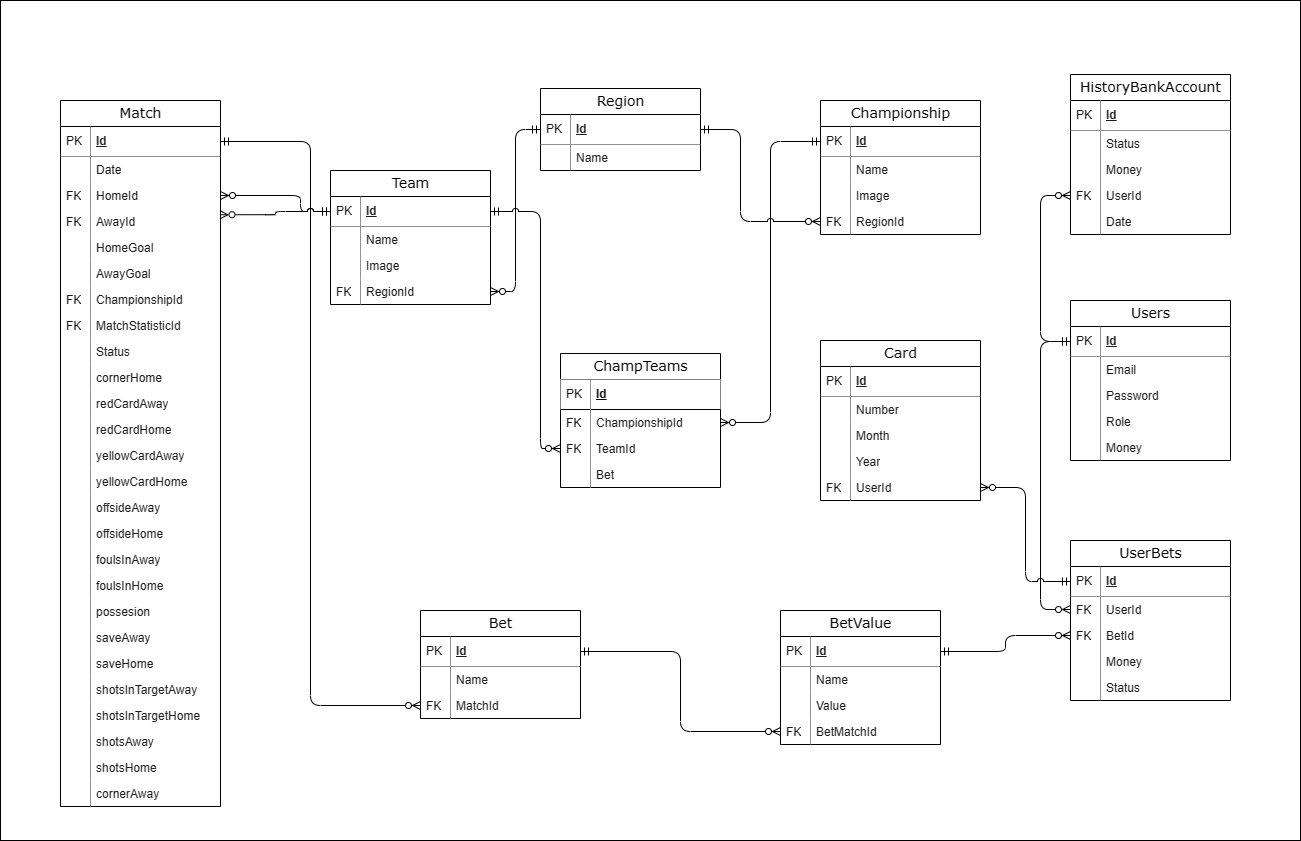
Earlier version of the draw.io export database_example-Page-1.drawio.png (jk2911/diplom). Source tidied: cells renumbered, new cells last; positions are measured from the earlier drawing's top-left corner, leaving out a move shared by most shapes.
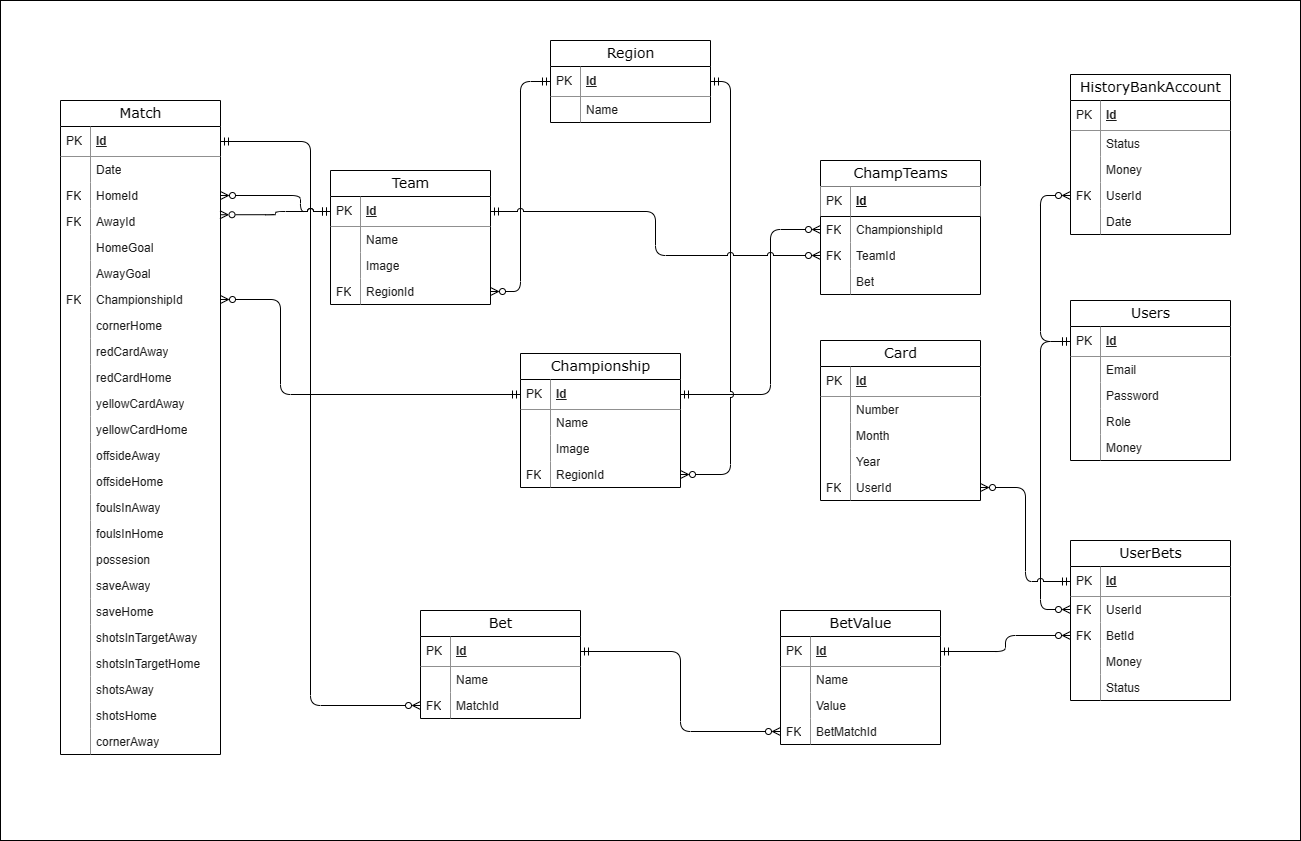
Later version of the same file.

What changed in the source:
```diff
@@ -35,3 +35,3 @@
     <mxCell id="12" value="Match" style="swimlane;html=1;fontStyle=0;horizontal=1;startSize=26;swimlaneFillColor=#ffffff;align=center;rounded=0;shadow=0;comic=0;labelBackgroundColor=none;strokeWidth=1;fontFamily=Verdana;fontSize=14;" parent="1" vertex="1">
-      <mxGeometry x="60" y="100" width="160" height="706" as="geometry" />
+      <mxGeometry x="60" y="100" width="160" height="654" as="geometry" />
     </mxCell>
@@ -79,16 +79,4 @@
     </mxCell>
-    <mxCell id="27" value="MatchStatisticId" style="shape=partialRectangle;top=0;left=0;right=0;bottom=0;html=1;align=left;verticalAlign=top;fillColor=none;spacingLeft=34;spacingRight=4;whiteSpace=wrap;overflow=hidden;strokeColor=#909090;fontColor=#1A1A1A;" parent="12" vertex="1">
-      <mxGeometry y="212" width="160" height="26" as="geometry" />
-    </mxCell>
-    <mxCell id="28" value="FK" style="shape=partialRectangle;top=0;left=0;bottom=0;html=1;fillColor=none;align=left;verticalAlign=top;spacingLeft=4;spacingRight=4;whiteSpace=wrap;overflow=hidden;strokeColor=#909090;fontColor=#1A1A1A;" parent="27" vertex="1">
-      <mxGeometry width="30" height="26" as="geometry" />
-    </mxCell>
-    <mxCell id="29" value="Status" style="shape=partialRectangle;top=0;left=0;right=0;bottom=0;html=1;align=left;verticalAlign=top;fillColor=none;spacingLeft=34;spacingRight=4;whiteSpace=wrap;overflow=hidden;strokeColor=#909090;fontColor=#1A1A1A;" parent="12" vertex="1">
-      <mxGeometry y="238" width="160" height="26" as="geometry" />
-    </mxCell>
-    <mxCell id="30" style="shape=partialRectangle;top=0;left=0;bottom=0;html=1;fillColor=none;align=left;verticalAlign=top;spacingLeft=4;spacingRight=4;whiteSpace=wrap;overflow=hidden;strokeColor=#909090;fontColor=#1A1A1A;" parent="29" vertex="1">
-      <mxGeometry width="30" height="26" as="geometry" />
-    </mxCell>
     <mxCell id="31" value="cornerHome" style="shape=partialRectangle;top=0;left=0;right=0;bottom=0;html=1;align=left;verticalAlign=top;fillColor=none;spacingLeft=34;spacingRight=4;whiteSpace=wrap;overflow=hidden;strokeColor=#909090;fontColor=#1A1A1A;" parent="12" vertex="1">
-      <mxGeometry y="264" width="160" height="26" as="geometry" />
+      <mxGeometry y="212" width="160" height="26" as="geometry" />
     </mxCell>
@@ -98,3 +86,3 @@
     <mxCell id="33" value="redCardAway" style="shape=partialRectangle;top=0;left=0;right=0;bottom=0;html=1;align=left;verticalAlign=top;fillColor=none;spacingLeft=34;spacingRight=4;whiteSpace=wrap;overflow=hidden;strokeColor=#909090;fontColor=#1A1A1A;" parent="12" vertex="1">
-      <mxGeometry y="290" width="160" height="26" as="geometry" />
+      <mxGeometry y="238" width="160" height="26" as="geometry" />
     </mxCell>
@@ -104,3 +92,3 @@
     <mxCell id="35" value="redCardHome" style="shape=partialRectangle;top=0;left=0;right=0;bottom=0;html=1;align=left;verticalAlign=top;fillColor=none;spacingLeft=34;spacingRight=4;whiteSpace=wrap;overflow=hidden;strokeColor=#909090;fontColor=#1A1A1A;" parent="12" vertex="1">
-      <mxGeometry y="316" width="160" height="26" as="geometry" />
+      <mxGeometry y="264" width="160" height="26" as="geometry" />
     </mxCell>
@@ -110,3 +98,3 @@
     <mxCell id="37" value="yellowCardAway" style="shape=partialRectangle;top=0;left=0;right=0;bottom=0;html=1;align=left;verticalAlign=top;fillColor=none;spacingLeft=34;spacingRight=4;whiteSpace=wrap;overflow=hidden;strokeColor=#909090;fontColor=#1A1A1A;" parent="12" vertex="1">
-      <mxGeometry y="342" width="160" height="26" as="geometry" />
+      <mxGeometry y="290" width="160" height="26" as="geometry" />
     </mxCell>
@@ -116,3 +104,3 @@
     <mxCell id="39" value="yellowCardHome" style="shape=partialRectangle;top=0;left=0;right=0;bottom=0;html=1;align=left;verticalAlign=top;fillColor=none;spacingLeft=34;spacingRight=4;whiteSpace=wrap;overflow=hidden;strokeColor=#909090;fontColor=#1A1A1A;" parent="12" vertex="1">
-      <mxGeometry y="368" width="160" height="26" as="geometry" />
+      <mxGeometry y="316" width="160" height="26" as="geometry" />
     </mxCell>
@@ -122,3 +110,3 @@
     <mxCell id="41" value="offsideAway" style="shape=partialRectangle;top=0;left=0;right=0;bottom=0;html=1;align=left;verticalAlign=top;fillColor=none;spacingLeft=34;spacingRight=4;whiteSpace=wrap;overflow=hidden;strokeColor=#909090;fontColor=#1A1A1A;" parent="12" vertex="1">
-      <mxGeometry y="394" width="160" height="26" as="geometry" />
+      <mxGeometry y="342" width="160" height="26" as="geometry" />
     </mxCell>
@@ -128,3 +116,3 @@
     <mxCell id="43" value="offsideHome" style="shape=partialRectangle;top=0;left=0;right=0;bottom=0;html=1;align=left;verticalAlign=top;fillColor=none;spacingLeft=34;spacingRight=4;whiteSpace=wrap;overflow=hidden;strokeColor=#909090;fontColor=#1A1A1A;" parent="12" vertex="1">
-      <mxGeometry y="420" width="160" height="26" as="geometry" />
+      <mxGeometry y="368" width="160" height="26" as="geometry" />
     </mxCell>
@@ -134,3 +122,3 @@
     <mxCell id="45" value="foulsInAway" style="shape=partialRectangle;top=0;left=0;right=0;bottom=0;html=1;align=left;verticalAlign=top;fillColor=none;spacingLeft=34;spacingRight=4;whiteSpace=wrap;overflow=hidden;strokeColor=#909090;fontColor=#1A1A1A;" parent="12" vertex="1">
-      <mxGeometry y="446" width="160" height="26" as="geometry" />
+      <mxGeometry y="394" width="160" height="26" as="geometry" />
     </mxCell>
@@ -140,3 +128,3 @@
     <mxCell id="47" value="foulsInHome" style="shape=partialRectangle;top=0;left=0;right=0;bottom=0;html=1;align=left;verticalAlign=top;fillColor=none;spacingLeft=34;spacingRight=4;whiteSpace=wrap;overflow=hidden;strokeColor=#909090;fontColor=#1A1A1A;" parent="12" vertex="1">
-      <mxGeometry y="472" width="160" height="26" as="geometry" />
+      <mxGeometry y="420" width="160" height="26" as="geometry" />
     </mxCell>
@@ -146,3 +134,3 @@
     <mxCell id="49" value="possesion" style="shape=partialRectangle;top=0;left=0;right=0;bottom=0;html=1;align=left;verticalAlign=top;fillColor=none;spacingLeft=34;spacingRight=4;whiteSpace=wrap;overflow=hidden;strokeColor=#909090;fontColor=#1A1A1A;" parent="12" vertex="1">
-      <mxGeometry y="498" width="160" height="26" as="geometry" />
+      <mxGeometry y="446" width="160" height="26" as="geometry" />
     </mxCell>
@@ -152,3 +140,3 @@
     <mxCell id="51" value="saveAway" style="shape=partialRectangle;top=0;left=0;right=0;bottom=0;html=1;align=left;verticalAlign=top;fillColor=none;spacingLeft=34;spacingRight=4;whiteSpace=wrap;overflow=hidden;strokeColor=#909090;fontColor=#1A1A1A;" parent="12" vertex="1">
-      <mxGeometry y="524" width="160" height="26" as="geometry" />
+      <mxGeometry y="472" width="160" height="26" as="geometry" />
     </mxCell>
@@ -158,3 +146,3 @@
     <mxCell id="53" value="saveHome&lt;span style=&quot;white-space: pre;&quot;&gt; &lt;/span&gt;" style="shape=partialRectangle;top=0;left=0;right=0;bottom=0;html=1;align=left;verticalAlign=top;fillColor=none;spacingLeft=34;spacingRight=4;whiteSpace=wrap;overflow=hidden;strokeColor=#909090;fontColor=#1A1A1A;" parent="12" vertex="1">
-      <mxGeometry y="550" width="160" height="26" as="geometry" />
+      <mxGeometry y="498" width="160" height="26" as="geometry" />
     </mxCell>
@@ -164,3 +152,3 @@
     <mxCell id="55" value="shotsInTargetAway" style="shape=partialRectangle;top=0;left=0;right=0;bottom=0;html=1;align=left;verticalAlign=top;fillColor=none;spacingLeft=34;spacingRight=4;whiteSpace=wrap;overflow=hidden;strokeColor=#909090;fontColor=#1A1A1A;" parent="12" vertex="1">
-      <mxGeometry y="576" width="160" height="26" as="geometry" />
+      <mxGeometry y="524" width="160" height="26" as="geometry" />
     </mxCell>
@@ -170,3 +158,3 @@
     <mxCell id="57" value="shotsInTargetHome" style="shape=partialRectangle;top=0;left=0;right=0;bottom=0;html=1;align=left;verticalAlign=top;fillColor=none;spacingLeft=34;spacingRight=4;whiteSpace=wrap;overflow=hidden;strokeColor=#909090;fontColor=#1A1A1A;" parent="12" vertex="1">
-      <mxGeometry y="602" width="160" height="26" as="geometry" />
+      <mxGeometry y="550" width="160" height="26" as="geometry" />
     </mxCell>
@@ -176,3 +164,3 @@
     <mxCell id="59" value="shotsAway" style="shape=partialRectangle;top=0;left=0;right=0;bottom=0;html=1;align=left;verticalAlign=top;fillColor=none;spacingLeft=34;spacingRight=4;whiteSpace=wrap;overflow=hidden;strokeColor=#909090;fontColor=#1A1A1A;" parent="12" vertex="1">
-      <mxGeometry y="628" width="160" height="26" as="geometry" />
+      <mxGeometry y="576" width="160" height="26" as="geometry" />
     </mxCell>
@@ -182,3 +170,3 @@
     <mxCell id="61" value="shotsHome" style="shape=partialRectangle;top=0;left=0;right=0;bottom=0;html=1;align=left;verticalAlign=top;fillColor=none;spacingLeft=34;spacingRight=4;whiteSpace=wrap;overflow=hidden;strokeColor=#909090;fontColor=#1A1A1A;" parent="12" vertex="1">
-      <mxGeometry y="654" width="160" height="26" as="geometry" />
+      <mxGeometry y="602" width="160" height="26" as="geometry" />
     </mxCell>
@@ -188,3 +176,3 @@
     <mxCell id="63" value="cornerAway" style="shape=partialRectangle;top=0;left=0;right=0;bottom=0;html=1;align=left;verticalAlign=top;fillColor=none;spacingLeft=34;spacingRight=4;whiteSpace=wrap;overflow=hidden;strokeColor=#909090;fontColor=#1A1A1A;" parent="12" vertex="1">
-      <mxGeometry y="680" width="160" height="26" as="geometry" />
+      <mxGeometry y="628" width="160" height="26" as="geometry" />
     </mxCell>
@@ -194,3 +182,3 @@
     <mxCell id="65" value="Region" style="swimlane;html=1;fontStyle=0;horizontal=1;startSize=26;swimlaneFillColor=#ffffff;align=center;rounded=0;shadow=0;comic=0;labelBackgroundColor=none;strokeWidth=1;fontFamily=Verdana;fontSize=14;" parent="1" vertex="1">
-      <mxGeometry x="540" y="88" width="160" height="82" as="geometry" />
+      <mxGeometry x="550" y="40" width="160" height="82" as="geometry" />
     </mxCell>
@@ -212,3 +200,3 @@
     <mxCell id="71" value="ChampTeams" style="swimlane;html=1;fontStyle=0;horizontal=1;startSize=26;swimlaneFillColor=#ffffff;align=center;rounded=0;shadow=0;comic=0;labelBackgroundColor=none;strokeWidth=1;fontFamily=Verdana;fontSize=14;" parent="1" vertex="1">
-      <mxGeometry x="560" y="353" width="160" height="134" as="geometry" />
+      <mxGeometry x="820" y="160" width="160" height="134" as="geometry" />
     </mxCell>
@@ -238,12 +226,4 @@
     </mxCell>
-    <mxCell id="80" style="edgeStyle=orthogonalEdgeStyle;rounded=1;jettySize=auto;html=1;exitX=0;exitY=0.5;exitDx=0;exitDy=0;entryX=1;entryY=0.5;entryDx=0;entryDy=0;endArrow=ERmandOne;endFill=0;startArrow=ERzeroToMany;startFill=0;jumpStyle=arc;" parent="1" edge="1" source="76" target="4">
-      <mxGeometry relative="1" as="geometry">
-        <Array as="points">
-          <mxPoint x="540" y="448" />
-          <mxPoint x="540" y="211" />
-        </Array>
-      </mxGeometry>
-    </mxCell>
     <mxCell id="81" value="Championship" style="swimlane;html=1;fontStyle=0;horizontal=1;startSize=26;swimlaneFillColor=#ffffff;align=center;rounded=0;shadow=0;comic=0;labelBackgroundColor=none;strokeWidth=1;fontFamily=Verdana;fontSize=14;" parent="1" vertex="1">
-      <mxGeometry x="820" y="100" width="160" height="134" as="geometry" />
+      <mxGeometry x="520" y="353" width="160" height="134" as="geometry" />
     </mxCell>
@@ -273,5 +253,2 @@
     </mxCell>
-    <mxCell id="90" style="edgeStyle=orthogonalEdgeStyle;rounded=1;jettySize=auto;html=1;exitX=1;exitY=0.5;exitDx=0;exitDy=0;entryX=0;entryY=0.5;entryDx=0;entryDy=0;startArrow=ERzeroToMany;startFill=0;endArrow=ERmandOne;endFill=0;jumpStyle=arc;" parent="1" edge="1" source="74" target="82">
-      <mxGeometry relative="1" as="geometry" />
-    </mxCell>
     <mxCell id="91" value="HistoryBankAccount" style="swimlane;html=1;fontStyle=0;horizontal=1;startSize=26;swimlaneFillColor=#ffffff;align=center;rounded=0;shadow=0;comic=0;labelBackgroundColor=none;strokeWidth=1;fontFamily=Verdana;fontSize=14;" parent="1" vertex="1">
@@ -453,10 +430,2 @@
     </mxCell>
-    <mxCell id="145" style="edgeStyle=orthogonalEdgeStyle;rounded=1;jettySize=auto;html=1;exitX=0;exitY=0.5;exitDx=0;exitDy=0;entryX=1;entryY=0.5;entryDx=0;entryDy=0;jumpStyle=arc;endArrow=ERmandOne;endFill=0;startArrow=ERzeroToMany;startFill=0;" parent="1" edge="1" source="88" target="66">
-      <mxGeometry relative="1" as="geometry">
-        <Array as="points">
-          <mxPoint x="740" y="221" />
-          <mxPoint x="740" y="129" />
-        </Array>
-      </mxGeometry>
-    </mxCell>
     <mxCell id="146" style="edgeStyle=orthogonalEdgeStyle;rounded=1;jettySize=auto;html=1;exitX=0;exitY=0.5;exitDx=0;exitDy=0;entryX=1;entryY=0.5;entryDx=0;entryDy=0;endArrow=ERzeroToMany;endFill=0;startArrow=ERmandOne;startFill=0;jumpStyle=arc;" parent="1" edge="1" source="4" target="17">
@@ -508,2 +477,29 @@
     </mxCell>
+    <mxCell id="90" style="edgeStyle=orthogonalEdgeStyle;rounded=1;jettySize=auto;html=1;exitX=0;exitY=0.5;exitDx=0;exitDy=0;entryX=1;entryY=0.5;entryDx=0;entryDy=0;endArrow=ERmandOne;endFill=0;startArrow=ERzeroToMany;startFill=0;jumpStyle=arc;" parent="1" edge="1" source="74" target="82">
+      <mxGeometry relative="1" as="geometry">
+        <Array as="points">
+          <mxPoint x="770" y="229" />
+          <mxPoint x="770" y="394" />
+        </Array>
+      </mxGeometry>
+    </mxCell>
+    <mxCell id="145" style="edgeStyle=orthogonalEdgeStyle;rounded=1;jettySize=auto;html=1;exitX=1;exitY=0.5;exitDx=0;exitDy=0;entryX=1;entryY=0.5;entryDx=0;entryDy=0;endArrow=ERmandOne;endFill=0;startArrow=ERzeroToMany;startFill=0;jumpStyle=arc;" parent="1" edge="1" source="88" target="66">
+      <mxGeometry relative="1" as="geometry">
+        <Array as="points">
+          <mxPoint x="730" y="474" />
+          <mxPoint x="730" y="81" />
+        </Array>
+      </mxGeometry>
+    </mxCell>
+    <mxCell id="160" style="edgeStyle=orthogonalEdgeStyle;rounded=1;jettySize=auto;html=1;exitX=1;exitY=0.5;exitDx=0;exitDy=0;entryX=0;entryY=0.5;entryDx=0;entryDy=0;endArrow=ERmandOne;endFill=0;startArrow=ERzeroToMany;startFill=0;" parent="1" edge="1" source="25" target="82">
+      <mxGeometry relative="1" as="geometry">
+        <Array as="points">
+          <mxPoint x="280" y="299" />
+          <mxPoint x="280" y="394" />
+        </Array>
+      </mxGeometry>
+    </mxCell>
+    <mxCell id="80" style="edgeStyle=orthogonalEdgeStyle;rounded=1;jettySize=auto;html=1;exitX=0;exitY=0.5;exitDx=0;exitDy=0;entryX=1;entryY=0.5;entryDx=0;entryDy=0;startArrow=ERzeroToMany;startFill=0;endArrow=ERmandOne;endFill=0;jumpStyle=arc;" parent="1" edge="1" source="76" target="4">
+      <mxGeometry relative="1" as="geometry" />
+    </mxCell>
   </root>
```
